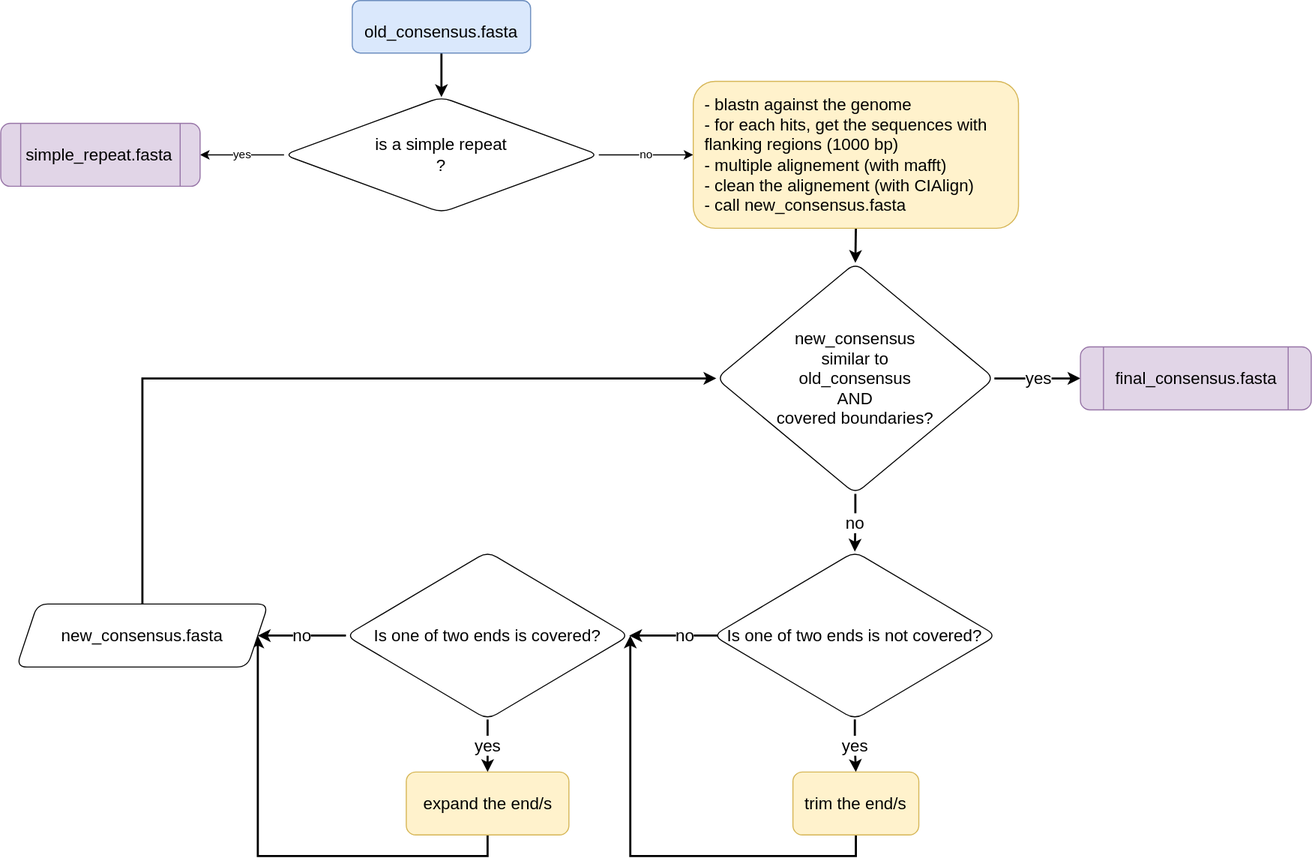
Before: assets/workflow.svg, a diagram exported from draw.io (TommasoBarberis/polishTE). Source tidied: cells renumbered, new cells last; positions are measured from the earlier drawing's top-left corner, leaving out a move shared by most shapes.
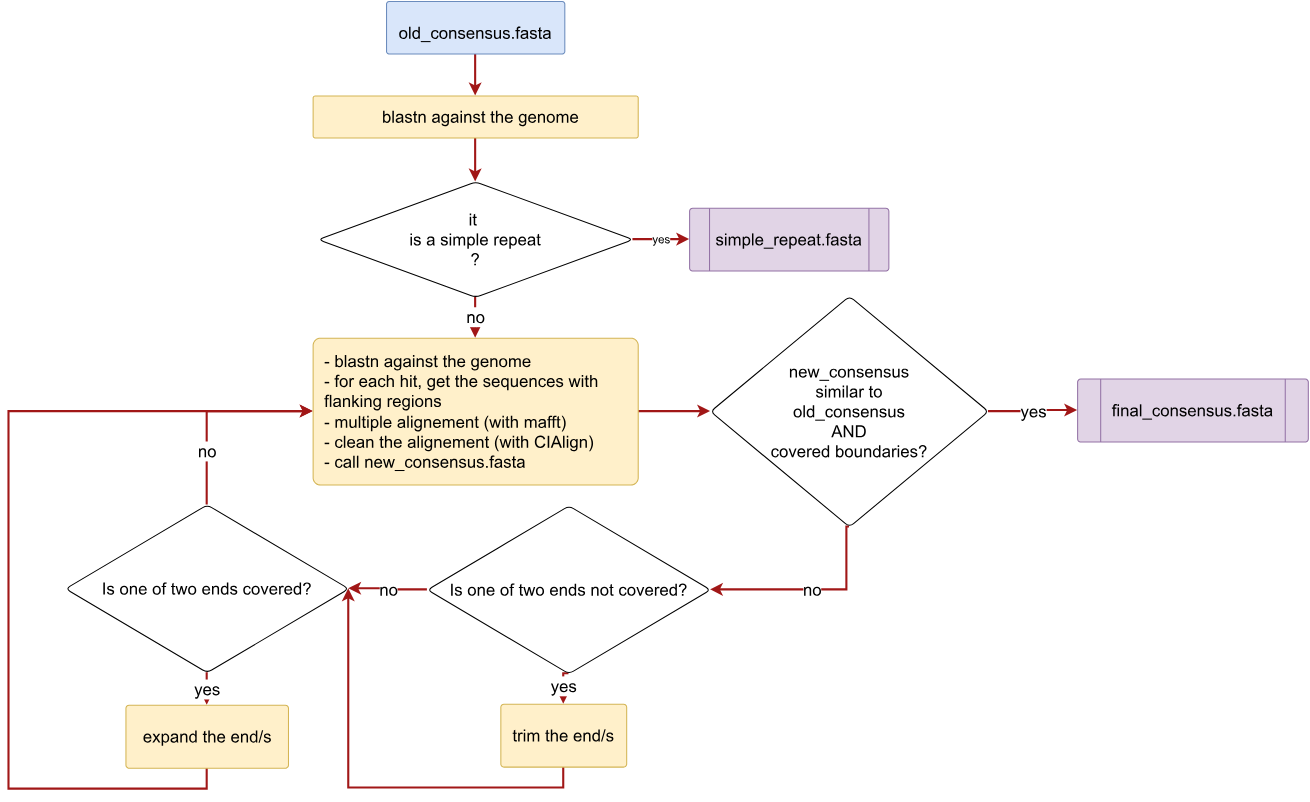
Later version of the same file.

Change to the diagram source:
```diff
@@ -2,89 +2,98 @@
   <root>
     <mxCell id="0" />
     <mxCell id="1" value="extension" parent="0" />
-    <mxCell id="2" style="edgeStyle=orthogonalEdgeStyle;rounded=0;jettySize=auto;html=1;exitX=0.5;exitY=1;exitDx=0;exitDy=0;fontSize=16;strokeWidth=2;entryX=1;entryY=0.5;entryDx=0;entryDy=0;" parent="1" edge="1" source="18" target="21">
+    <mxCell id="2" style="edgeStyle=orthogonalEdgeStyle;rounded=0;jettySize=auto;html=1;exitX=0.5;exitY=1;exitDx=0;exitDy=0;fontSize=16;strokeWidth=2;entryX=1;entryY=0.5;entryDx=0;entryDy=0;strokeColor=#A11818;" parent="1" edge="1" source="18" target="21">
       <mxGeometry relative="1" as="geometry">
         <Array as="points">
-          <mxPoint x="815" y="815" />
-          <mxPoint x="600" y="815" />
-          <mxPoint x="600" y="605" />
+          <mxPoint x="470" y="660" />
+          <mxPoint x="265" y="660" />
         </Array>
       </mxGeometry>
     </mxCell>
-    <mxCell id="3" style="edgeStyle=orthogonalEdgeStyle;rounded=0;jettySize=auto;html=1;exitX=0.5;exitY=1;exitDx=0;exitDy=0;entryX=0.5;entryY=0;entryDx=0;entryDy=0;fontSize=16;strokeWidth=2;" parent="1" edge="1" source="4" target="7">
+    <mxCell id="3" style="edgeStyle=orthogonalEdgeStyle;rounded=0;jettySize=auto;html=1;exitX=0.5;exitY=1;exitDx=0;exitDy=0;entryX=0.5;entryY=0;entryDx=0;entryDy=0;fontSize=16;strokeWidth=2;strokeColor=#A11818;" parent="1" edge="1" source="4" target="28">
       <mxGeometry relative="1" as="geometry" />
     </mxCell>
-    <mxCell id="4" value="&lt;font style=&quot;font-size: 16px&quot;&gt;old_&lt;/font&gt;&lt;font style=&quot;font-size: 16px&quot;&gt;consensus&lt;/font&gt;&lt;font style=&quot;font-size: 16px&quot;&gt;.fasta&lt;/font&gt;" style="rounded=1;whiteSpace=wrap;html=1;fontSize=32;verticalAlign=middle;align=center;fillColor=#dae8fc;strokeColor=#6c8ebf;" parent="1" vertex="1">
-      <mxGeometry x="335" width="170" height="50" as="geometry" />
+    <mxCell id="4" value="&lt;font style=&quot;font-size: 16px&quot;&gt;old_&lt;/font&gt;&lt;font style=&quot;font-size: 16px&quot;&gt;consensus&lt;/font&gt;&lt;font style=&quot;font-size: 16px&quot;&gt;.fasta&lt;/font&gt;" style="rounded=1;whiteSpace=wrap;html=1;fontSize=32;verticalAlign=middle;align=center;fillColor=#dae8fc;strokeColor=#6c8ebf;arcSize=5;" parent="1" vertex="1">
+      <mxGeometry x="301" y="-90" width="170" height="50" as="geometry" />
     </mxCell>
-    <mxCell id="5" value="yes" style="edgeStyle=orthogonalEdgeStyle;rounded=0;jettySize=auto;html=1;exitX=0;exitY=0.5;exitDx=0;exitDy=0;" parent="1" edge="1" source="7" target="8">
+    <mxCell id="5" value="yes" style="edgeStyle=orthogonalEdgeStyle;rounded=0;jettySize=auto;html=1;exitX=1;exitY=0.5;exitDx=0;exitDy=0;strokeWidth=2;strokeColor=#A11818;" parent="1" edge="1" source="7" target="8">
       <mxGeometry relative="1" as="geometry" />
     </mxCell>
-    <mxCell id="6" value="&lt;div&gt;no&lt;/div&gt;" style="edgeStyle=orthogonalEdgeStyle;rounded=0;jettySize=auto;html=1;exitX=1;exitY=0.5;exitDx=0;exitDy=0;" parent="1" edge="1" source="7" target="10">
+    <mxCell id="6" value="&lt;div style=&quot;font-size: 16px;&quot;&gt;&lt;font style=&quot;font-size: 16px;&quot;&gt;no&lt;/font&gt;&lt;/div&gt;" style="edgeStyle=orthogonalEdgeStyle;rounded=0;jettySize=auto;html=1;exitX=0.5;exitY=1;exitDx=0;exitDy=0;strokeWidth=2;strokeColor=#A11818;" parent="1" edge="1" source="7" target="10">
       <mxGeometry relative="1" as="geometry" />
     </mxCell>
-    <mxCell id="7" value="&lt;div&gt;is a simple repeat&lt;/div&gt;?" style="rhombus;whiteSpace=wrap;html=1;rounded=1;fontSize=16;" parent="1" vertex="1">
-      <mxGeometry x="270" y="92" width="300" height="110" as="geometry" />
+    <mxCell id="7" value="it &lt;br&gt;&lt;div&gt;is a simple repeat&lt;/div&gt;?" style="rhombus;whiteSpace=wrap;html=1;rounded=1;fontSize=16;arcSize=10;" parent="1" vertex="1">
+      <mxGeometry x="236" y="82" width="300" height="110" as="geometry" />
     </mxCell>
-    <mxCell id="8" value="simple_repeat.fasta" style="shape=process;whiteSpace=wrap;html=1;backgroundOutline=1;rounded=1;fontSize=16;fillColor=#e1d5e7;strokeColor=#9673a6;" parent="1" vertex="1">
-      <mxGeometry y="117" width="190" height="60" as="geometry" />
+    <mxCell id="8" value="simple_repeat.fasta" style="shape=process;whiteSpace=wrap;html=1;backgroundOutline=1;rounded=1;fontSize=16;fillColor=#e1d5e7;strokeColor=#9673a6;arcSize=5;" parent="1" vertex="1">
+      <mxGeometry x="590" y="107" width="190" height="60" as="geometry" />
     </mxCell>
-    <mxCell id="9" style="edgeStyle=orthogonalEdgeStyle;rounded=0;jettySize=auto;html=1;exitX=0.5;exitY=1;exitDx=0;exitDy=0;entryX=0.5;entryY=0;entryDx=0;entryDy=0;fontSize=16;strokeWidth=2;" parent="1" edge="1" source="10" target="13">
-      <mxGeometry relative="1" as="geometry" />
-    </mxCell>
-    <mxCell id="10" value="&lt;div align=&quot;left&quot;&gt;- blastn against the genome&lt;br&gt;- for each hits, get the sequences with flanking regions (1000 bp)&lt;/div&gt;&lt;div align=&quot;left&quot;&gt;- multiple alignement (with mafft)&lt;br&gt;&lt;/div&gt;&lt;div align=&quot;left&quot;&gt;- clean the alignement (with CIAlign)&lt;/div&gt;&lt;div align=&quot;left&quot;&gt;- call new_consensus.fasta&lt;br&gt;&lt;/div&gt;" style="rounded=1;whiteSpace=wrap;html=1;fontSize=16;strokeWidth=1;spacingLeft=10;fillColor=#fff2cc;strokeColor=#d6b656;" parent="1" vertex="1">
-      <mxGeometry x="660" y="77" width="310" height="140" as="geometry" />
-    </mxCell>
-    <mxCell id="11" value="yes" style="edgeStyle=orthogonalEdgeStyle;rounded=0;jettySize=auto;html=1;exitX=1;exitY=0.5;exitDx=0;exitDy=0;fontSize=16;strokeWidth=2;" parent="1" edge="1" source="13" target="14">
+    <mxCell id="11" value="yes" style="edgeStyle=orthogonalEdgeStyle;rounded=0;jettySize=auto;html=1;exitX=1;exitY=0.5;exitDx=0;exitDy=0;fontSize=16;strokeWidth=2;strokeColor=#A11818;entryX=0;entryY=0.5;entryDx=0;entryDy=0;" parent="1" edge="1" source="13" target="14">
       <mxGeometry relative="1" as="geometry" />
     </mxCell>
-    <mxCell id="12" value="no" style="edgeStyle=orthogonalEdgeStyle;rounded=0;jettySize=auto;html=1;exitX=0.5;exitY=1;exitDx=0;exitDy=0;fontSize=16;strokeWidth=2;" parent="1" edge="1" source="13" target="17">
-      <mxGeometry relative="1" as="geometry" />
+    <mxCell id="12" value="no" style="edgeStyle=orthogonalEdgeStyle;rounded=0;jettySize=auto;html=1;exitX=0.5;exitY=1;exitDx=0;exitDy=0;fontSize=16;strokeWidth=2;strokeColor=#A11818;entryX=1;entryY=0.5;entryDx=0;entryDy=0;" parent="1" edge="1" source="13" target="17">
+      <mxGeometry relative="1" as="geometry">
+        <Array as="points">
+          <mxPoint x="740" y="411" />
+          <mxPoint x="740" y="471" />
+        </Array>
+      </mxGeometry>
     </mxCell>
-    <mxCell id="13" value="&lt;div&gt;new_consensus&lt;/div&gt;&lt;div&gt;similar to&lt;br&gt;&lt;/div&gt;&lt;div&gt;old_consensus&lt;/div&gt;&lt;div&gt;AND&lt;/div&gt;&lt;div&gt;covered boundaries?&lt;br&gt;&lt;/div&gt;" style="rhombus;whiteSpace=wrap;html=1;rounded=1;fontSize=16;strokeWidth=1;" parent="1" vertex="1">
-      <mxGeometry x="682" y="250" width="265" height="220" as="geometry" />
+    <mxCell id="13" value="&lt;div&gt;new_consensus&lt;/div&gt;&lt;div&gt;similar to&lt;br&gt;&lt;/div&gt;&lt;div&gt;old_consensus&lt;/div&gt;&lt;div&gt;AND&lt;/div&gt;&lt;div&gt;covered boundaries?&lt;br&gt;&lt;/div&gt;" style="rhombus;whiteSpace=wrap;html=1;rounded=1;fontSize=16;strokeWidth=1;arcSize=10;" parent="1" vertex="1">
+      <mxGeometry x="610" y="191" width="265" height="220" as="geometry" />
     </mxCell>
-    <mxCell id="14" value="final_consensus.fasta" style="shape=process;whiteSpace=wrap;html=1;backgroundOutline=1;rounded=1;fontSize=16;fillColor=#e1d5e7;strokeColor=#9673a6;" parent="1" vertex="1">
-      <mxGeometry x="1029" y="330" width="220" height="60" as="geometry" />
+    <mxCell id="14" value="final_consensus.fasta" style="shape=process;whiteSpace=wrap;html=1;backgroundOutline=1;rounded=1;fontSize=16;fillColor=#e1d5e7;strokeColor=#9673a6;arcSize=5;" parent="1" vertex="1">
+      <mxGeometry x="960" y="270" width="220" height="60" as="geometry" />
     </mxCell>
-    <mxCell id="15" value="yes" style="edgeStyle=orthogonalEdgeStyle;rounded=0;jettySize=auto;html=1;exitX=0.5;exitY=1;exitDx=0;exitDy=0;entryX=0.5;entryY=0;entryDx=0;entryDy=0;fontSize=16;strokeWidth=2;" parent="1" edge="1" source="17" target="18">
+    <mxCell id="15" value="yes" style="edgeStyle=orthogonalEdgeStyle;rounded=0;jettySize=auto;html=1;exitX=0.5;exitY=1;exitDx=0;exitDy=0;entryX=0.5;entryY=0;entryDx=0;entryDy=0;fontSize=16;strokeWidth=2;strokeColor=#A11818;" parent="1" edge="1" source="17" target="18">
       <mxGeometry relative="1" as="geometry" />
     </mxCell>
-    <mxCell id="16" value="no" style="edgeStyle=orthogonalEdgeStyle;rounded=0;jettySize=auto;html=1;exitX=0;exitY=0.5;exitDx=0;exitDy=0;entryX=1;entryY=0.5;entryDx=0;entryDy=0;fontSize=16;strokeWidth=2;" parent="1" edge="1" target="21">
-      <mxGeometry relative="1" as="geometry">
-        <mxPoint x="705" y="605" as="sourcePoint" />
-      </mxGeometry>
+    <mxCell id="16" value="no" style="edgeStyle=orthogonalEdgeStyle;rounded=0;jettySize=auto;html=1;exitX=0;exitY=0.5;exitDx=0;exitDy=0;entryX=1;entryY=0.5;entryDx=0;entryDy=0;fontSize=16;strokeWidth=2;strokeColor=#A11818;" parent="1" edge="1" source="17" target="21">
+      <mxGeometry relative="1" as="geometry" />
     </mxCell>
-    <mxCell id="17" value="Is one of two ends is not covered?" style="rhombus;whiteSpace=wrap;html=1;rounded=1;fontSize=16;strokeWidth=1;" parent="1" vertex="1">
-      <mxGeometry x="679" y="525" width="270" height="160" as="geometry" />
+    <mxCell id="17" value="Is one of two ends not covered?" style="rhombus;whiteSpace=wrap;html=1;rounded=1;fontSize=16;strokeWidth=1;arcSize=10;" parent="1" vertex="1">
+      <mxGeometry x="340" y="391" width="270" height="160" as="geometry" />
     </mxCell>
-    <mxCell id="18" value="trim the end/s" style="rounded=1;whiteSpace=wrap;html=1;fontSize=16;strokeWidth=1;fillColor=#fff2cc;strokeColor=#d6b656;" parent="1" vertex="1">
-      <mxGeometry x="755" y="735" width="120" height="60" as="geometry" />
+    <mxCell id="18" value="trim the end/s" style="rounded=1;whiteSpace=wrap;html=1;fontSize=16;strokeWidth=1;fillColor=#fff2cc;strokeColor=#d6b656;arcSize=5;" parent="1" vertex="1">
+      <mxGeometry x="410" y="580" width="120" height="60" as="geometry" />
     </mxCell>
-    <mxCell id="19" value="yes" style="edgeStyle=orthogonalEdgeStyle;rounded=0;jettySize=auto;html=1;exitX=0.5;exitY=1;exitDx=0;exitDy=0;entryX=0.5;entryY=0;entryDx=0;entryDy=0;fontSize=16;strokeWidth=2;" parent="1" edge="1" source="21" target="23">
+    <mxCell id="19" value="yes" style="edgeStyle=orthogonalEdgeStyle;rounded=0;jettySize=auto;html=1;exitX=0.5;exitY=1;exitDx=0;exitDy=0;entryX=0.5;entryY=0;entryDx=0;entryDy=0;fontSize=16;strokeWidth=2;strokeColor=#A11818;" parent="1" edge="1" source="21" target="23">
       <mxGeometry relative="1" as="geometry" />
     </mxCell>
+    <mxCell id="21" value="Is one of two ends covered?" style="rhombus;whiteSpace=wrap;html=1;rounded=1;fontSize=16;strokeWidth=1;arcSize=10;" parent="1" vertex="1">
+      <mxGeometry x="-5" y="390" width="270" height="160" as="geometry" />
+    </mxCell>
+    <mxCell id="26" style="edgeStyle=orthogonalEdgeStyle;rounded=0;jettySize=auto;html=1;exitX=0.5;exitY=1;exitDx=0;exitDy=0;entryX=0;entryY=0.5;entryDx=0;entryDy=0;fontSize=14;fontColor=#A11818;strokeColor=#A11818;strokeWidth=2;" parent="1" edge="1" source="23" target="10">
+      <mxGeometry relative="1" as="geometry">
+        <Array as="points">
+          <mxPoint x="130" y="661" />
+          <mxPoint x="-59" y="661" />
+          <mxPoint x="-59" y="301" />
+        </Array>
+      </mxGeometry>
+    </mxCell>
+    <mxCell id="23" value="expand the end/s" style="rounded=1;whiteSpace=wrap;html=1;fontSize=16;strokeWidth=1;fillColor=#fff2cc;strokeColor=#d6b656;arcSize=5;" parent="1" vertex="1">
+      <mxGeometry x="52.5" y="581" width="155" height="60" as="geometry" />
+    </mxCell>
+    <mxCell id="9" style="edgeStyle=orthogonalEdgeStyle;curved=1;rounded=0;jettySize=auto;html=1;exitX=1;exitY=0.5;exitDx=0;exitDy=0;entryX=0;entryY=0.5;entryDx=0;entryDy=0;fontSize=14;fontColor=#A11818;strokeColor=#A11818;strokeWidth=2;startArrow=none;" parent="1" edge="1" source="10" target="13">
+      <mxGeometry relative="1" as="geometry" />
+    </mxCell>
+    <mxCell id="27" style="edgeStyle=orthogonalEdgeStyle;rounded=0;jettySize=auto;html=1;exitX=0.5;exitY=1;exitDx=0;exitDy=0;entryX=0.5;entryY=0;entryDx=0;entryDy=0;strokeWidth=2;strokeColor=#A11818;" parent="1" edge="1" source="28" target="7">
+      <mxGeometry relative="1" as="geometry" />
+    </mxCell>
+    <mxCell id="28" value="&lt;div align=&quot;left&quot;&gt;blastn against the genome&lt;/div&gt;" style="rounded=1;whiteSpace=wrap;html=1;fontSize=16;strokeWidth=1;spacingLeft=10;fillColor=#fff2cc;strokeColor=#d6b656;arcSize=5;" parent="1" vertex="1">
+      <mxGeometry x="231" width="310" height="40" as="geometry" />
+    </mxCell>
+    <mxCell id="10" value="&lt;div align=&quot;left&quot;&gt;- blastn against the genome&lt;br&gt;- for each hit, get the sequences with flanking regions&lt;br&gt;&lt;/div&gt;&lt;div align=&quot;left&quot;&gt;- multiple alignement (with mafft)&lt;br&gt;&lt;/div&gt;&lt;div align=&quot;left&quot;&gt;- clean the alignement (with CIAlign)&lt;/div&gt;&lt;div align=&quot;left&quot;&gt;- call new_consensus.fasta&lt;br&gt;&lt;/div&gt;" style="rounded=1;whiteSpace=wrap;html=1;fontSize=16;strokeWidth=1;spacingLeft=10;fillColor=#fff2cc;strokeColor=#d6b656;arcSize=5;" parent="1" vertex="1">
+      <mxGeometry x="231" y="231" width="310" height="140" as="geometry" />
+    </mxCell>
-    <mxCell id="20" value="no" style="edgeStyle=orthogonalEdgeStyle;rounded=0;jettySize=auto;html=1;exitX=0;exitY=0.5;exitDx=0;exitDy=0;fontSize=16;strokeWidth=2;entryX=1;entryY=0.5;entryDx=0;entryDy=0;" parent="1" edge="1" source="21" target="25">
-      <mxGeometry relative="1" as="geometry" />
+    <mxCell id="20" value="no" style="edgeStyle=orthogonalEdgeStyle;rounded=0;jettySize=auto;html=1;exitX=0.5;exitY=0;exitDx=0;exitDy=0;fontSize=16;strokeWidth=2;entryX=0;entryY=0.5;entryDx=0;entryDy=0;strokeColor=#A11818;" parent="1" edge="1" source="21" target="10">
+      <mxGeometry x="-0.47" relative="1" as="geometry">
+        <Array as="points">
+          <mxPoint x="130" y="301" />
+        </Array>
+        <mxPoint y="-1" as="offset" />
+      </mxGeometry>
     </mxCell>
-    <mxCell id="21" value="Is one of two ends is covered?" style="rhombus;whiteSpace=wrap;html=1;rounded=1;fontSize=16;strokeWidth=1;" parent="1" vertex="1">
-      <mxGeometry x="329" y="525" width="270" height="160" as="geometry" />
-    </mxCell>
-    <mxCell id="22" style="edgeStyle=orthogonalEdgeStyle;rounded=0;jettySize=auto;html=1;exitX=0.5;exitY=1;exitDx=0;exitDy=0;fontSize=16;strokeWidth=2;entryX=1;entryY=0.5;entryDx=0;entryDy=0;" parent="1" edge="1" source="23" target="25">
-      <mxGeometry relative="1" as="geometry" />
-    </mxCell>
-    <mxCell id="23" value="expand the end/s" style="rounded=1;whiteSpace=wrap;html=1;fontSize=16;strokeWidth=1;fillColor=#fff2cc;strokeColor=#d6b656;" parent="1" vertex="1">
-      <mxGeometry x="386.5" y="735" width="155" height="60" as="geometry" />
-    </mxCell>
-    <mxCell id="24" style="edgeStyle=orthogonalEdgeStyle;rounded=0;jettySize=auto;html=1;exitX=0.5;exitY=0;exitDx=0;exitDy=0;entryX=0;entryY=0.5;entryDx=0;entryDy=0;fontSize=16;strokeWidth=2;" parent="1" edge="1" source="25" target="13">
-      <mxGeometry relative="1" as="geometry">
-        <Array as="points">
-          <mxPoint x="135" y="360" />
-        </Array>
-      </mxGeometry>
-    </mxCell>
-    <mxCell id="25" value="new_consensus.fasta" style="shape=parallelogram;perimeter=parallelogramPerimeter;whiteSpace=wrap;html=1;fixedSize=1;rounded=1;fontSize=16;strokeWidth=1;" parent="1" vertex="1">
-      <mxGeometry x="15" y="575" width="240" height="60" as="geometry" />
-    </mxCell>
   </root>
 </mxGraphModel>
```
